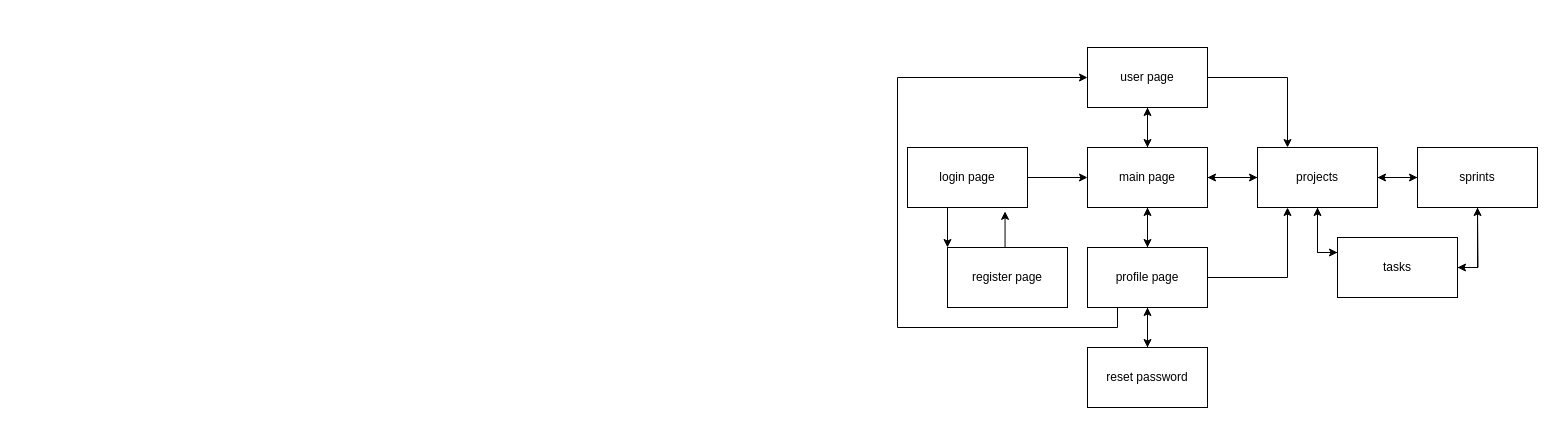
The draw.io diagram docs/2 design/routing.drawio in CristiHE/task-app, before the edit. Source tidied: cells renumbered, new cells numbered last; positions are measured from the earlier drawing's top-left corner, leaving out a move shared by most shapes. Both pictures are drawn from the tidied source at 100%, with x=0, y=0 at pixel (897, 47).
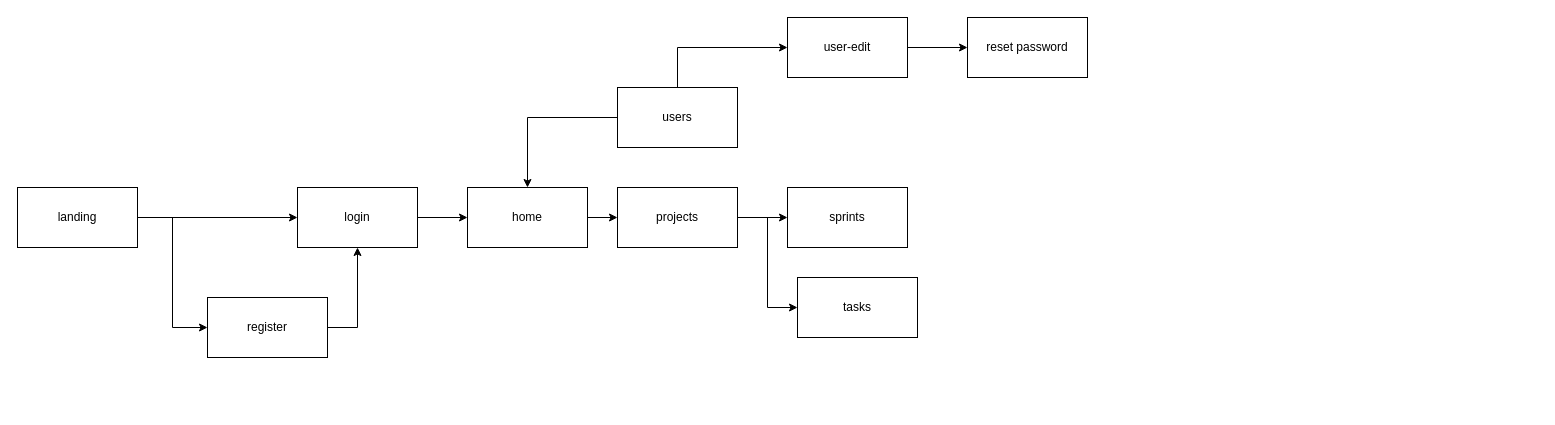
After the change.

The edit, as a diff of the source:
```diff
@@
-    <mxCell id="2" style="edgeStyle=orthogonalEdgeStyle;rounded=0;jettySize=auto;html=1;entryX=0;entryY=0;entryDx=0;entryDy=0;" parent="1" edge="1" source="4" target="11">
-      <mxGeometry relative="1" as="geometry">
-        <Array as="points">
-          <mxPoint x="80" y="150" />
-          <mxPoint x="80" y="150" />
-        </Array>
-      </mxGeometry>
-    </mxCell>
@@
-    <mxCell id="4" value="login page" style="rounded=0;whiteSpace=wrap;html=1;" parent="1" vertex="1">
-      <mxGeometry x="10" y="100" width="120" height="60" as="geometry" />
+    <mxCell id="4" value="login" style="rounded=0;whiteSpace=wrap;html=1;" parent="1" vertex="1">
+      <mxGeometry x="-600" y="140" width="120" height="60" as="geometry" />
     </mxCell>
@@
-    <mxCell id="6" style="edgeStyle=orthogonalEdgeStyle;rounded=0;jettySize=auto;html=1;entryX=0.25;entryY=0;entryDx=0;entryDy=0;" parent="1" edge="1" source="7" target="26">
-      <mxGeometry relative="1" as="geometry" />
-    </mxCell>
+    <mxCell id="31" style="edgeStyle=orthogonalEdgeStyle;rounded=0;jettySize=auto;html=1;entryX=0;entryY=0.5;entryDx=0;entryDy=0;exitX=0.5;exitY=0;exitDx=0;exitDy=0;" parent="1" edge="1" source="7" target="36">
+      <mxGeometry relative="1" as="geometry" />
+    </mxCell>
-    <mxCell id="7" value="user page" style="rounded=0;whiteSpace=wrap;html=1;" parent="1" vertex="1">
-      <mxGeometry x="190" width="120" height="60" as="geometry" />
+    <mxCell id="7" value="users" style="rounded=0;whiteSpace=wrap;html=1;" parent="1" vertex="1">
+      <mxGeometry x="-280" y="40" width="120" height="60" as="geometry" />
     </mxCell>
-    <mxCell id="8" style="edgeStyle=orthogonalEdgeStyle;rounded=0;jettySize=auto;html=1;entryX=0.5;entryY=1;entryDx=0;entryDy=0;" parent="1" edge="1" source="9" target="19">
-      <mxGeometry relative="1" as="geometry" />
-    </mxCell>
-    <mxCell id="9" value="reset password" style="rounded=0;whiteSpace=wrap;html=1;" parent="1" vertex="1">
-      <mxGeometry x="190" y="300" width="120" height="60" as="geometry" />
-    </mxCell>
-    <mxCell id="10" style="edgeStyle=orthogonalEdgeStyle;rounded=0;jettySize=auto;html=1;entryX=0.813;entryY=1.064;entryDx=0;entryDy=0;entryPerimeter=0;" parent="1" edge="1" source="11" target="4">
-      <mxGeometry relative="1" as="geometry">
-        <Array as="points">
-          <mxPoint x="100" y="200" />
-          <mxPoint x="100" y="200" />
-        </Array>
-      </mxGeometry>
+    <mxCell id="10" style="edgeStyle=orthogonalEdgeStyle;rounded=0;jettySize=auto;html=1;exitX=1;exitY=0.5;exitDx=0;exitDy=0;" parent="1" edge="1" source="11" target="4">
+      <mxGeometry relative="1" as="geometry" />
     </mxCell>
-    <mxCell id="11" value="register page" style="rounded=0;whiteSpace=wrap;html=1;" parent="1" vertex="1">
-      <mxGeometry x="50" y="200" width="120" height="60" as="geometry" />
+    <mxCell id="11" value="register" style="rounded=0;whiteSpace=wrap;html=1;" parent="1" vertex="1">
+      <mxGeometry x="-690" y="250" width="120" height="60" as="geometry" />
     </mxCell>
-    <mxCell id="12" style="edgeStyle=orthogonalEdgeStyle;rounded=0;jettySize=auto;html=1;" parent="1" edge="1" source="14">
-      <mxGeometry relative="1" as="geometry">
-        <mxPoint x="580" y="160" as="targetPoint" />
-      </mxGeometry>
-    </mxCell>
-    <mxCell id="13" style="edgeStyle=orthogonalEdgeStyle;rounded=0;jettySize=auto;html=1;entryX=0.5;entryY=1;entryDx=0;entryDy=0;exitX=0;exitY=0.25;exitDx=0;exitDy=0;" parent="1" edge="1" source="14" target="26">
-      <mxGeometry relative="1" as="geometry" />
-    </mxCell>
     <mxCell id="14" value="tasks" style="rounded=0;whiteSpace=wrap;html=1;" parent="1" vertex="1">
-      <mxGeometry x="440" y="190" width="120" height="60" as="geometry" />
+      <mxGeometry x="-100" y="230" width="120" height="60" as="geometry" />
     </mxCell>
-    <mxCell id="15" style="edgeStyle=orthogonalEdgeStyle;rounded=0;jettySize=auto;html=1;" parent="1" edge="1" source="19">
-      <mxGeometry relative="1" as="geometry">
-        <mxPoint x="250" y="300" as="targetPoint" />
-        <Array as="points">
-          <mxPoint x="250" y="300" />
-        </Array>
-      </mxGeometry>
-    </mxCell>
-    <mxCell id="16" style="edgeStyle=orthogonalEdgeStyle;rounded=0;jettySize=auto;html=1;entryX=0.5;entryY=1;entryDx=0;entryDy=0;" parent="1" edge="1" source="19" target="30">
-      <mxGeometry relative="1" as="geometry" />
-    </mxCell>
-    <mxCell id="17" style="edgeStyle=orthogonalEdgeStyle;rounded=0;jettySize=auto;html=1;entryX=0.25;entryY=1;entryDx=0;entryDy=0;" parent="1" edge="1" source="19" target="26">
-      <mxGeometry relative="1" as="geometry" />
-    </mxCell>
-    <mxCell id="18" style="edgeStyle=orthogonalEdgeStyle;rounded=0;jettySize=auto;html=1;exitX=0.25;exitY=1;exitDx=0;exitDy=0;entryX=0;entryY=0.5;entryDx=0;entryDy=0;" parent="1" edge="1" source="19" target="7">
-      <mxGeometry relative="1" as="geometry">
-        <Array as="points">
-          <mxPoint x="220" y="280" />
-          <mxPoint y="280" />
-          <mxPoint y="30" />
-        </Array>
-      </mxGeometry>
-    </mxCell>
-    <mxCell id="19" value="profile page" style="rounded=0;whiteSpace=wrap;html=1;" parent="1" vertex="1">
-      <mxGeometry x="190" y="200" width="120" height="60" as="geometry" />
-    </mxCell>
-    <mxCell id="20" style="edgeStyle=orthogonalEdgeStyle;rounded=0;jettySize=auto;html=1;entryX=1;entryY=0.5;entryDx=0;entryDy=0;" parent="1" edge="1" source="22" target="14">
-      <mxGeometry relative="1" as="geometry" />
-    </mxCell>
-    <mxCell id="21" style="edgeStyle=orthogonalEdgeStyle;rounded=0;jettySize=auto;html=1;entryX=1;entryY=0.5;entryDx=0;entryDy=0;" parent="1" edge="1" source="22" target="26">
-      <mxGeometry relative="1" as="geometry" />
-    </mxCell>
     <mxCell id="22" value="sprints" style="rounded=0;whiteSpace=wrap;html=1;" parent="1" vertex="1">
-      <mxGeometry x="520" y="100" width="120" height="60" as="geometry" />
+      <mxGeometry x="-110" y="140" width="120" height="60" as="geometry" />
     </mxCell>
@@
-    <mxCell id="24" style="edgeStyle=orthogonalEdgeStyle;rounded=0;jettySize=auto;html=1;entryX=0;entryY=0.25;entryDx=0;entryDy=0;" parent="1" edge="1" source="26" target="14">
+    <mxCell id="24" style="edgeStyle=orthogonalEdgeStyle;rounded=0;jettySize=auto;html=1;entryX=0;entryY=0.5;entryDx=0;entryDy=0;" parent="1" edge="1" source="26" target="14">
       <mxGeometry relative="1" as="geometry" />
     </mxCell>
-    <mxCell id="25" style="edgeStyle=orthogonalEdgeStyle;rounded=0;jettySize=auto;html=1;" parent="1" edge="1" source="26">
-      <mxGeometry relative="1" as="geometry">
-        <mxPoint x="310" y="130" as="targetPoint" />
-      </mxGeometry>
-    </mxCell>
     <mxCell id="26" value="projects" style="rounded=0;whiteSpace=wrap;html=1;" parent="1" vertex="1">
-      <mxGeometry x="360" y="100" width="120" height="60" as="geometry" />
+      <mxGeometry x="-280" y="140" width="120" height="60" as="geometry" />
     </mxCell>
-    <mxCell id="27" style="edgeStyle=orthogonalEdgeStyle;rounded=0;jettySize=auto;html=1;entryX=0.5;entryY=0;entryDx=0;entryDy=0;" parent="1" edge="1" source="30" target="19">
-      <mxGeometry relative="1" as="geometry" />
-    </mxCell>
@@
-    <mxCell id="29" style="edgeStyle=orthogonalEdgeStyle;rounded=0;jettySize=auto;html=1;" parent="1" edge="1" source="30">
-      <mxGeometry relative="1" as="geometry">
-        <mxPoint x="250" y="60" as="targetPoint" />
-      </mxGeometry>
-    </mxCell>
-    <mxCell id="30" value="main page" style="rounded=0;whiteSpace=wrap;html=1;" parent="1" vertex="1">
-      <mxGeometry x="190" y="100" width="120" height="60" as="geometry" />
+    <mxCell id="30" value="home" style="rounded=0;whiteSpace=wrap;html=1;" parent="1" vertex="1">
+      <mxGeometry x="-430" y="140" width="120" height="60" as="geometry" />
     </mxCell>
+    <mxCell id="32" style="edgeStyle=orthogonalEdgeStyle;rounded=0;jettySize=auto;html=1;entryX=0;entryY=0.5;entryDx=0;entryDy=0;" parent="1" edge="1" source="34" target="11">
+      <mxGeometry relative="1" as="geometry" />
+    </mxCell>
+    <mxCell id="33" style="edgeStyle=orthogonalEdgeStyle;rounded=0;jettySize=auto;html=1;" parent="1" edge="1" source="34" target="4">
+      <mxGeometry relative="1" as="geometry" />
+    </mxCell>
+    <mxCell id="34" value="landing" style="rounded=0;whiteSpace=wrap;html=1;" parent="1" vertex="1">
+      <mxGeometry x="-880" y="140" width="120" height="60" as="geometry" />
+    </mxCell>
+    <mxCell id="35" style="edgeStyle=orthogonalEdgeStyle;rounded=0;jettySize=auto;html=1;entryX=0;entryY=0.5;entryDx=0;entryDy=0;" parent="1" edge="1" source="36" target="9">
+      <mxGeometry relative="1" as="geometry" />
+    </mxCell>
+    <mxCell id="36" value="user-edit" style="rounded=0;whiteSpace=wrap;html=1;" parent="1" vertex="1">
+      <mxGeometry x="-110" y="-30" width="120" height="60" as="geometry" />
+    </mxCell>
+    <mxCell id="9" value="reset password" style="rounded=0;whiteSpace=wrap;html=1;" parent="1" vertex="1">
+      <mxGeometry x="70" y="-30" width="120" height="60" as="geometry" />
+    </mxCell>
```
